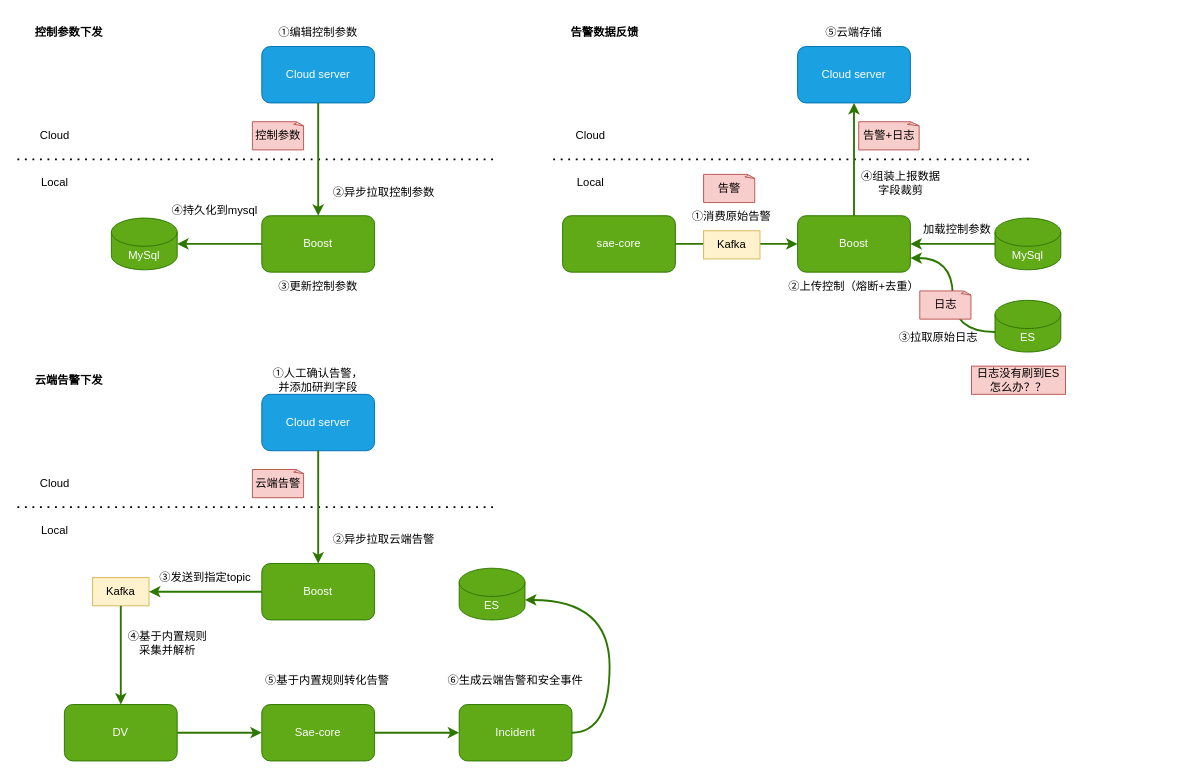
Above: cloud_alarm_integration.drawio in popvlovs/popvlovs-repository (draw.io), before the change. Source tidied: cells renumbered, new cells numbered last; positions are measured from the earlier drawing's top-left corner, leaving out a move shared by most shapes. Both pictures are drawn from the tidied source at 94%, with x=0, y=0 at pixel (17, 18).
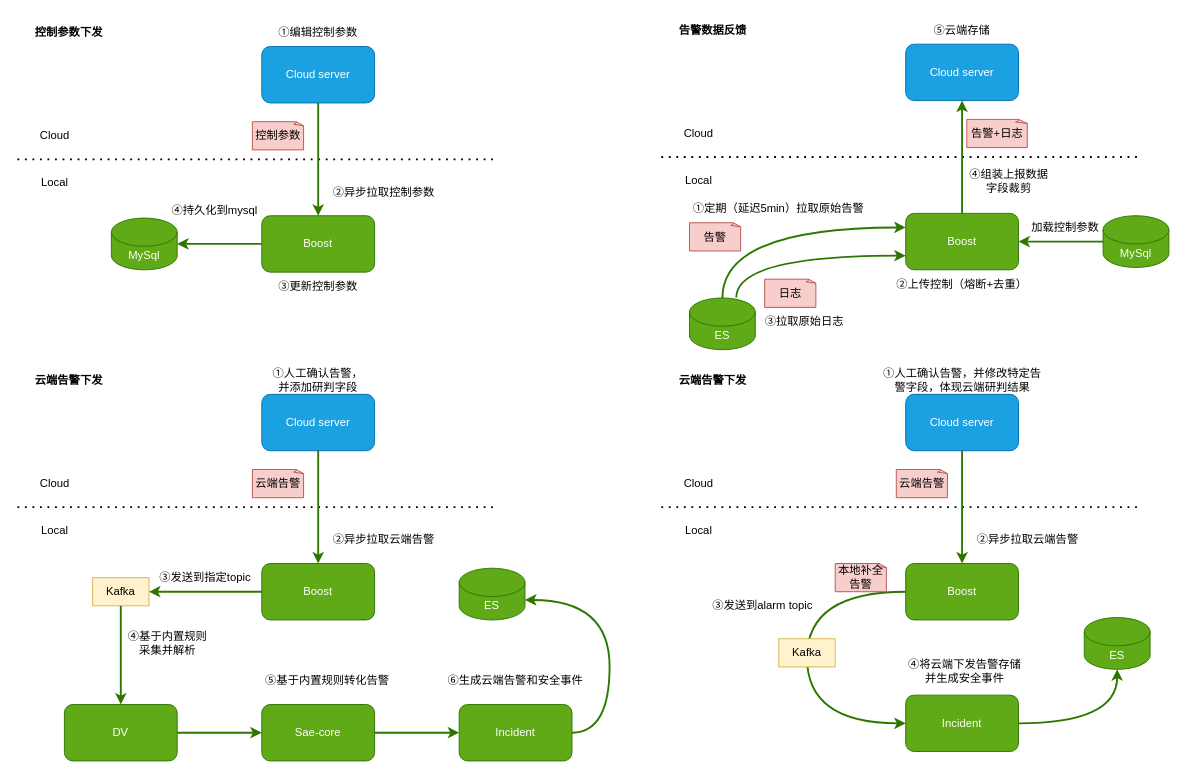
Above is the later version.

The edit, as a diff of the source:
```diff
@@
     <mxCell id="15" style="endArrow=none;dashed=1;html=1;dashPattern=1 3;strokeWidth=2;rounded=0;" parent="1" edge="1">
       <mxGeometry relative="1" as="geometry">
-        <mxPoint x="570" y="150" as="sourcePoint" />
-        <mxPoint x="1080" y="150" as="targetPoint" />
+        <mxPoint x="685" y="147.5" as="sourcePoint" />
+        <mxPoint x="1195" y="147.5" as="targetPoint" />
       </mxGeometry>
     </mxCell>
     <mxCell id="16" value="Boost" style="rounded=1;whiteSpace=wrap;html=1;fillColor=#60a917;fontColor=#ffffff;strokeColor=#2D7600;" parent="1" vertex="1">
-      <mxGeometry x="830" y="210" width="120" height="60" as="geometry" />
+      <mxGeometry x="945" y="207.5" width="120" height="60" as="geometry" />
     </mxCell>
     <mxCell id="17" value="MySql" style="shape=cylinder3;whiteSpace=wrap;html=1;boundedLbl=1;backgroundOutline=1;size=15;fillColor=#60a917;fontColor=#ffffff;strokeColor=#2D7600;" parent="1" vertex="1">
-      <mxGeometry x="1040" y="212.5" width="70" height="55" as="geometry" />
+      <mxGeometry x="1155" y="210" width="70" height="55" as="geometry" />
     </mxCell>
     <mxCell id="18" value="Cloud server" style="rounded=1;whiteSpace=wrap;html=1;fontSize=12;fillColor=#1ba1e2;fontColor=#ffffff;strokeColor=#006EAF;" parent="1" vertex="1">
-      <mxGeometry x="830" y="30" width="120" height="60" as="geometry" />
+      <mxGeometry x="945" y="27.5" width="120" height="60" as="geometry" />
     </mxCell>
@@
     <mxCell id="20" value="告警" style="whiteSpace=wrap;html=1;shape=mxgraph.basic.document;fontSize=12;fillColor=#f8cecc;strokeColor=#b85450;" parent="1" vertex="1">
-      <mxGeometry x="730" y="166" width="55" height="30" as="geometry" />
+      <mxGeometry x="715" y="217.5" width="55" height="30" as="geometry" />
     </mxCell>
     <mxCell id="21" value="⑤云端存储" style="text;html=1;strokeColor=none;fillColor=none;align=center;verticalAlign=middle;whiteSpace=wrap;rounded=0;fontSize=12;fontColor=#000000;" parent="1" vertex="1">
-      <mxGeometry x="840" width="100" height="30" as="geometry" />
+      <mxGeometry x="955" y="-2.5" width="100" height="30" as="geometry" />
     </mxCell>
     <mxCell id="22" value="Cloud" style="text;html=1;strokeColor=none;fillColor=none;align=center;verticalAlign=middle;whiteSpace=wrap;rounded=0;fontSize=12;fontColor=#000000;" parent="1" vertex="1">
-      <mxGeometry x="580" y="110" width="60" height="30" as="geometry" />
+      <mxGeometry x="695" y="107.5" width="60" height="30" as="geometry" />
     </mxCell>
     <mxCell id="23" value="Local" style="text;html=1;strokeColor=none;fillColor=none;align=center;verticalAlign=middle;whiteSpace=wrap;rounded=0;fontSize=12;fontColor=#000000;" parent="1" vertex="1">
-      <mxGeometry x="580" y="160" width="60" height="30" as="geometry" />
+      <mxGeometry x="695" y="157.5" width="60" height="30" as="geometry" />
     </mxCell>
@@
     <mxCell id="25" value="加载控制参数" style="text;html=1;strokeColor=none;fillColor=none;align=center;verticalAlign=middle;whiteSpace=wrap;rounded=0;fontSize=12;fontColor=#000000;" parent="1" vertex="1">
-      <mxGeometry x="950" y="210" width="100" height="30" as="geometry" />
+      <mxGeometry x="1065" y="207.5" width="100" height="30" as="geometry" />
     </mxCell>
@@
     <mxCell id="27" value="告警数据反馈" style="text;html=1;strokeColor=none;fillColor=none;align=center;verticalAlign=middle;whiteSpace=wrap;rounded=0;fontSize=12;fontColor=#000000;fontStyle=1;" parent="1" vertex="1">
-      <mxGeometry x="580" width="90" height="30" as="geometry" />
+      <mxGeometry x="695" y="-2.5" width="90" height="30" as="geometry" />
     </mxCell>
-    <mxCell id="28" value="sae-core" style="rounded=1;whiteSpace=wrap;html=1;fillColor=#60a917;fontColor=#ffffff;strokeColor=#2D7600;" parent="1" vertex="1">
-      <mxGeometry x="580" y="210" width="120" height="60" as="geometry" />
-    </mxCell>
-    <mxCell id="29" style="endArrow=classic;html=1;rounded=0;fontSize=12;fillColor=#60a917;strokeColor=#2D7600;exitX=1;exitY=0.5;exitDx=0;exitDy=0;entryX=0;entryY=0.5;entryDx=0;entryDy=0;strokeWidth=2;" parent="1" edge="1" source="28" target="16">
-      <mxGeometry relative="1" as="geometry" />
-    </mxCell>
-    <mxCell id="30" value="Kafka" style="rounded=0;whiteSpace=wrap;html=1;fontSize=12;fillColor=#fff2cc;strokeColor=#d6b656;" parent="1" vertex="1">
-      <mxGeometry x="730" y="226" width="60" height="30" as="geometry" />
-    </mxCell>
-    <mxCell id="31" value="①消费原始告警" style="text;html=1;strokeColor=none;fillColor=none;align=center;verticalAlign=middle;whiteSpace=wrap;rounded=0;fontSize=12;fontColor=#000000;" parent="1" vertex="1">
-      <mxGeometry x="700" y="196" width="120" height="30" as="geometry" />
+    <mxCell id="31" value="①定期（延迟5min）拉取原始告警" style="text;html=1;strokeColor=none;fillColor=none;align=center;verticalAlign=middle;whiteSpace=wrap;rounded=0;fontSize=12;fontColor=#000000;" parent="1" vertex="1">
+      <mxGeometry x="715" y="187.5" width="190" height="30" as="geometry" />
     </mxCell>
     <mxCell id="32" value="④组装上报数据&lt;br&gt;字段裁剪" style="text;html=1;strokeColor=none;fillColor=none;align=center;verticalAlign=middle;whiteSpace=wrap;rounded=0;fontSize=12;fontColor=#000000;" parent="1" vertex="1">
-      <mxGeometry x="880" y="160" width="120" height="30" as="geometry" />
+      <mxGeometry x="995" y="157.5" width="120" height="30" as="geometry" />
     </mxCell>
+    <mxCell id="64" style="edgeStyle=orthogonalEdgeStyle;curved=1;rounded=0;jettySize=auto;html=1;exitX=0.711;exitY=-0.007;exitDx=0;exitDy=0;exitPerimeter=0;entryX=0;entryY=0.75;entryDx=0;entryDy=0;fontSize=12;fontColor=#000000;strokeWidth=2;fillColor=#60a917;strokeColor=#2D7600;" parent="1" edge="1" source="33" target="16">
+      <mxGeometry relative="1" as="geometry" />
+    </mxCell>
     <mxCell id="33" value="ES" style="shape=cylinder3;whiteSpace=wrap;html=1;boundedLbl=1;backgroundOutline=1;size=15;fillColor=#60a917;fontColor=#ffffff;strokeColor=#2D7600;" parent="1" vertex="1">
-      <mxGeometry x="1040" y="300" width="70" height="55" as="geometry" />
+      <mxGeometry x="715" y="297.5" width="70" height="55" as="geometry" />
     </mxCell>
-    <mxCell id="34" style="endArrow=classic;html=1;rounded=0;fontSize=12;fillColor=#60a917;strokeColor=#2D7600;exitX=0;exitY=0;exitDx=0;exitDy=33.75;entryX=1;entryY=0.75;entryDx=0;entryDy=0;strokeWidth=2;exitPerimeter=0;edgeStyle=orthogonalEdgeStyle;curved=1;" parent="1" edge="1" source="33" target="16">
-      <mxGeometry relative="1" as="geometry" />
+    <mxCell id="34" style="endArrow=classic;html=1;rounded=0;fontSize=12;fillColor=#60a917;strokeColor=#2D7600;exitX=0.5;exitY=0;exitDx=0;exitDy=0;entryX=0;entryY=0.25;entryDx=0;entryDy=0;strokeWidth=2;exitPerimeter=0;edgeStyle=orthogonalEdgeStyle;curved=1;" parent="1" edge="1" source="33" target="16">
+      <mxGeometry relative="1" as="geometry">
+        <Array as="points">
+          <mxPoint x="750" y="222.5" />
+        </Array>
+      </mxGeometry>
     </mxCell>
     <mxCell id="35" value="②上传控制（熔断+去重）" style="text;html=1;strokeColor=none;fillColor=none;align=center;verticalAlign=middle;whiteSpace=wrap;rounded=0;fontSize=12;fontColor=#000000;" parent="1" vertex="1">
-      <mxGeometry x="815" y="270" width="150" height="30" as="geometry" />
+      <mxGeometry x="930" y="267.5" width="150" height="30" as="geometry" />
     </mxCell>
-    <mxCell id="36" value="③拉取原始日志" style="text;html=1;strokeColor=none;fillColor=none;align=center;verticalAlign=middle;whiteSpace=wrap;rounded=0;fontSize=12;fontColor=#000000;" parent="1" vertex="1">
-      <mxGeometry x="920" y="325" width="120" height="30" as="geometry" />
-    </mxCell>
     <mxCell id="37" value="告警+日志" style="whiteSpace=wrap;html=1;shape=mxgraph.basic.document;fontSize=12;fillColor=#f8cecc;strokeColor=#b85450;" parent="1" vertex="1">
-      <mxGeometry x="895" y="110" width="65" height="30" as="geometry" />
+      <mxGeometry x="1010" y="107.5" width="65" height="30" as="geometry" />
     </mxCell>
     <mxCell id="38" value="日志" style="whiteSpace=wrap;html=1;shape=mxgraph.basic.document;fontSize=12;fillColor=#f8cecc;strokeColor=#b85450;" parent="1" vertex="1">
-      <mxGeometry x="960" y="290" width="55" height="30" as="geometry" />
+      <mxGeometry x="795" y="277.5" width="55" height="30" as="geometry" />
     </mxCell>
-    <mxCell id="39" value="日志没有刷到ES怎么办？？" style="text;html=1;strokeColor=#b85450;fillColor=#f8cecc;align=center;verticalAlign=middle;whiteSpace=wrap;rounded=0;fontSize=12;" parent="1" vertex="1">
-      <mxGeometry x="1015" y="370" width="100" height="30" as="geometry" />
-    </mxCell>
@@
+    <mxCell id="36" value="③拉取原始日志" style="text;html=1;strokeColor=none;fillColor=none;align=center;verticalAlign=middle;whiteSpace=wrap;rounded=0;fontSize=12;fontColor=#000000;" parent="1" vertex="1">
+      <mxGeometry x="780" y="307.5" width="115" height="30" as="geometry" />
+    </mxCell>
+    <mxCell id="65" style="endArrow=none;dashed=1;html=1;dashPattern=1 3;strokeWidth=2;rounded=0;" parent="1" edge="1">
+      <mxGeometry relative="1" as="geometry">
+        <mxPoint x="685" y="520" as="sourcePoint" />
+        <mxPoint x="1195" y="520" as="targetPoint" />
+      </mxGeometry>
+    </mxCell>
+    <mxCell id="66" value="Boost" style="rounded=1;whiteSpace=wrap;html=1;fillColor=#60a917;fontColor=#ffffff;strokeColor=#2D7600;" parent="1" vertex="1">
+      <mxGeometry x="945" y="580" width="120" height="60" as="geometry" />
+    </mxCell>
+    <mxCell id="67" value="Cloud server" style="rounded=1;whiteSpace=wrap;html=1;fontSize=12;fillColor=#1ba1e2;fontColor=#ffffff;strokeColor=#006EAF;" parent="1" vertex="1">
+      <mxGeometry x="945" y="400" width="120" height="60" as="geometry" />
+    </mxCell>
+    <mxCell id="68" style="endArrow=classic;html=1;rounded=0;fontSize=12;fillColor=#60a917;strokeColor=#2D7600;exitX=0.5;exitY=1;exitDx=0;exitDy=0;entryX=0.5;entryY=0;entryDx=0;entryDy=0;strokeWidth=2;" parent="1" edge="1" source="67" target="66">
+      <mxGeometry relative="1" as="geometry" />
+    </mxCell>
+    <mxCell id="69" value="云端告警" style="whiteSpace=wrap;html=1;shape=mxgraph.basic.document;fontSize=12;fillColor=#f8cecc;strokeColor=#b85450;" parent="1" vertex="1">
+      <mxGeometry x="935" y="480" width="55" height="30" as="geometry" />
+    </mxCell>
+    <mxCell id="70" value="①人工确认告警，并修改特定告警字段，体现云端研判结果" style="text;html=1;strokeColor=none;fillColor=none;align=center;verticalAlign=middle;whiteSpace=wrap;rounded=0;fontSize=12;fontColor=#000000;" parent="1" vertex="1">
+      <mxGeometry x="917.5" y="370" width="175" height="30" as="geometry" />
+    </mxCell>
+    <mxCell id="71" value="②异步拉取云端告警" style="text;html=1;strokeColor=none;fillColor=none;align=center;verticalAlign=middle;whiteSpace=wrap;rounded=0;fontSize=12;fontColor=#000000;" parent="1" vertex="1">
+      <mxGeometry x="1015" y="540" width="120" height="30" as="geometry" />
+    </mxCell>
+    <mxCell id="72" style="edgeStyle=orthogonalEdgeStyle;curved=1;rounded=0;jettySize=auto;html=1;entryX=0;entryY=0.5;entryDx=0;entryDy=0;fontSize=12;fontColor=#000000;strokeWidth=2;fillColor=#60a917;strokeColor=#2D7600;" parent="1" edge="1" source="66" target="79">
+      <mxGeometry relative="1" as="geometry">
+        <Array as="points">
+          <mxPoint x="840" y="610" />
+          <mxPoint x="840" y="750" />
+        </Array>
+      </mxGeometry>
+    </mxCell>
+    <mxCell id="73" value="③发送到alarm topic" style="text;html=1;strokeColor=none;fillColor=none;align=center;verticalAlign=middle;whiteSpace=wrap;rounded=0;fontSize=12;fontColor=#000000;" parent="1" vertex="1">
+      <mxGeometry x="732.5" y="610" width="120" height="30" as="geometry" />
+    </mxCell>
+    <mxCell id="74" value="Cloud" style="text;html=1;strokeColor=none;fillColor=none;align=center;verticalAlign=middle;whiteSpace=wrap;rounded=0;fontSize=12;fontColor=#000000;" parent="1" vertex="1">
+      <mxGeometry x="695" y="480" width="60" height="30" as="geometry" />
+    </mxCell>
+    <mxCell id="75" value="Local" style="text;html=1;strokeColor=none;fillColor=none;align=center;verticalAlign=middle;whiteSpace=wrap;rounded=0;fontSize=12;fontColor=#000000;" parent="1" vertex="1">
+      <mxGeometry x="695" y="530" width="60" height="30" as="geometry" />
+    </mxCell>
+    <mxCell id="76" value="云端告警下发" style="text;html=1;strokeColor=none;fillColor=none;align=center;verticalAlign=middle;whiteSpace=wrap;rounded=0;fontSize=12;fontColor=#000000;fontStyle=1;" parent="1" vertex="1">
+      <mxGeometry x="695" y="370" width="90" height="30" as="geometry" />
+    </mxCell>
+    <mxCell id="77" value="ES" style="shape=cylinder3;whiteSpace=wrap;html=1;boundedLbl=1;backgroundOutline=1;size=15;fillColor=#60a917;fontColor=#ffffff;strokeColor=#2D7600;" parent="1" vertex="1">
+      <mxGeometry x="1135" y="637.5" width="70" height="55" as="geometry" />
+    </mxCell>
+    <mxCell id="78" style="edgeStyle=orthogonalEdgeStyle;curved=1;rounded=0;jettySize=auto;html=1;fontSize=12;fontColor=#000000;strokeWidth=2;fillColor=#60a917;strokeColor=#2D7600;" parent="1" edge="1" source="79" target="77">
+      <mxGeometry relative="1" as="geometry" />
+    </mxCell>
+    <mxCell id="79" value="Incident" style="rounded=1;whiteSpace=wrap;html=1;fillColor=#60a917;fontColor=#ffffff;strokeColor=#2D7600;" parent="1" vertex="1">
+      <mxGeometry x="945" y="720" width="120" height="60" as="geometry" />
+    </mxCell>
+    <mxCell id="30" value="Kafka" style="rounded=0;whiteSpace=wrap;html=1;fontSize=12;fillColor=#fff2cc;strokeColor=#d6b656;" parent="1" vertex="1">
+      <mxGeometry x="810" y="660" width="60" height="30" as="geometry" />
+    </mxCell>
+    <mxCell id="80" value="④将云端下发告警存储&lt;br&gt;并生成安全事件" style="text;html=1;strokeColor=none;fillColor=none;align=center;verticalAlign=middle;whiteSpace=wrap;rounded=0;fontSize=12;fontColor=#000000;" parent="1" vertex="1">
+      <mxGeometry x="917.5" y="680" width="180" height="30" as="geometry" />
+    </mxCell>
+    <mxCell id="81" value="本地补全告警" style="whiteSpace=wrap;html=1;shape=mxgraph.basic.document;fontSize=12;fillColor=#f8cecc;strokeColor=#b85450;" parent="1" vertex="1">
+      <mxGeometry x="870" y="580" width="55" height="30" as="geometry" />
+    </mxCell>
```
